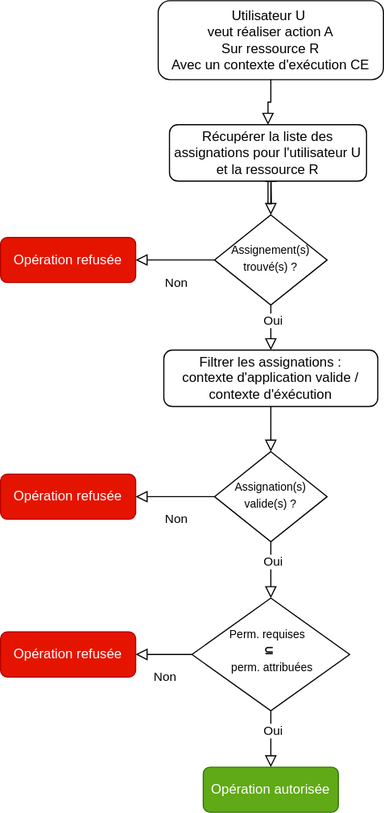
The draw.io diagram assets/images/RBAC-algo.svg in avenirs-esr/dev-doc, before a commit. Source tidied: cells renumbered, new cells last; positions are measured from the earlier drawing's top-left corner, leaving out a move shared by most shapes.
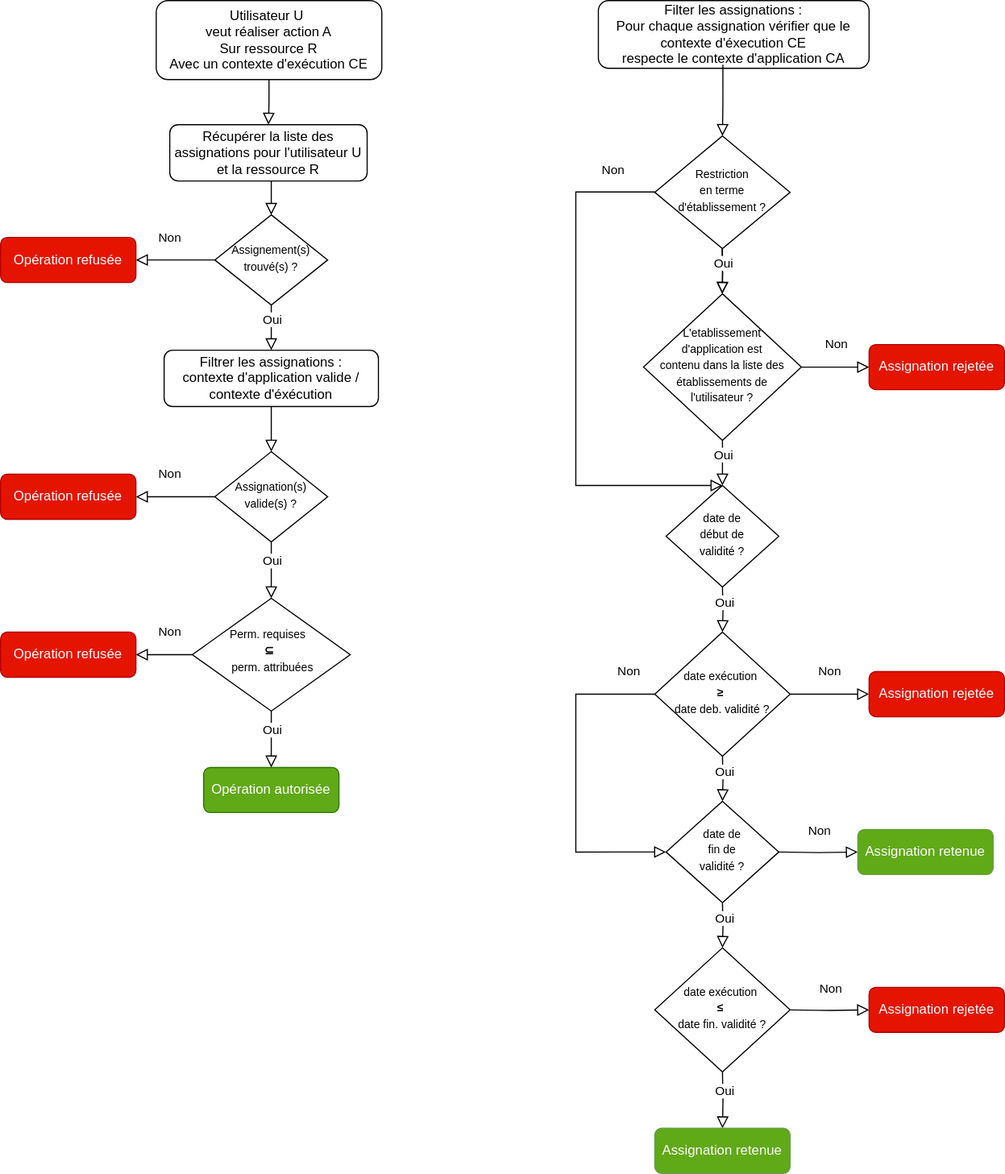
The same file after the commit.

Commit message:
docs: rbac algo diagrams

Change to the diagram source:
```diff
@@ -2,18 +2,11 @@
   <root>
     <mxCell id="0" />
     <mxCell id="1" parent="0" />
-    <mxCell id="2" style="rounded=0;html=1;jettySize=auto;fontSize=11;endArrow=block;endFill=0;endSize=8;strokeWidth=1;shadow=0;labelBackgroundColor=none;edgeStyle=orthogonalEdgeStyle;" parent="1" edge="1" source="18">
-      <mxGeometry relative="1" as="geometry">
-        <mxPoint x="240" y="150" as="targetPoint" />
-      </mxGeometry>
-    </mxCell>
     <mxCell id="3" value="Utilisateur U&amp;nbsp;&lt;br&gt;veut réaliser action A&lt;br&gt;Sur ressource R&lt;br&gt;Avec un contexte d'exécution CE" style="rounded=1;whiteSpace=wrap;html=1;fontSize=12;glass=0;strokeWidth=1;shadow=0;" parent="1" vertex="1">
-      <mxGeometry x="140" width="200" height="70" as="geometry" />
+      <mxGeometry x="138" width="200" height="70" as="geometry" />
     </mxCell>
     <mxCell id="4" value="Non" style="rounded=0;html=1;jettySize=auto;fontSize=11;endArrow=block;endFill=0;endSize=8;strokeWidth=1;shadow=0;labelBackgroundColor=none;edgeStyle=orthogonalEdgeStyle;exitX=0;exitY=0.5;exitDx=0;exitDy=0;entryX=1;entryY=0.5;entryDx=0;entryDy=0;" parent="1" edge="1" source="5" target="6">
-      <mxGeometry x="-0.01" y="20" relative="1" as="geometry">
-        <mxPoint x="1" as="offset" />
-      </mxGeometry>
+      <mxGeometry x="0.14" y="-20" relative="1" as="geometry" />
     </mxCell>
     <mxCell id="5" value="&lt;font style=&quot;font-size: 10px;&quot;&gt;Assignement(s)&lt;br&gt;trouvé(s) ?&lt;/font&gt;" style="rhombus;whiteSpace=wrap;html=1;shadow=0;fontFamily=Helvetica;fontSize=12;align=center;strokeWidth=1;spacing=6;spacingTop=-4;" parent="1" vertex="1">
       <mxGeometry x="190" y="190" width="100" height="80" as="geometry" />
@@ -43,9 +36,7 @@
       <mxGeometry relative="1" as="geometry" />
     </mxCell>
     <mxCell id="14" value="Non" style="rounded=0;html=1;jettySize=auto;fontSize=11;endArrow=block;endFill=0;endSize=8;strokeWidth=1;shadow=0;labelBackgroundColor=none;edgeStyle=orthogonalEdgeStyle;exitX=0;exitY=0.5;exitDx=0;exitDy=0;entryX=1;entryY=0.5;entryDx=0;entryDy=0;" parent="1" edge="1" source="11" target="12">
-      <mxGeometry x="-0.01" y="20" relative="1" as="geometry">
-        <mxPoint x="1" as="offset" />
-      </mxGeometry>
+      <mxGeometry x="0.14" y="-20" relative="1" as="geometry" />
     </mxCell>
     <mxCell id="15" style="rounded=0;html=1;jettySize=auto;fontSize=11;endArrow=block;endFill=0;endSize=8;strokeWidth=1;shadow=0;labelBackgroundColor=none;edgeStyle=orthogonalEdgeStyle;exitX=0.5;exitY=1;exitDx=0;exitDy=0;" parent="1" edge="1" source="11" target="19">
       <mxGeometry relative="1" as="geometry" />
@@ -66,10 +57,9 @@
       <mxGeometry y="560" width="120" height="40" as="geometry" />
     </mxCell>
     <mxCell id="21" value="Non" style="rounded=0;html=1;jettySize=auto;orthogonalLoop=1;fontSize=11;endArrow=block;endFill=0;endSize=8;strokeWidth=1;shadow=0;labelBackgroundColor=none;edgeStyle=orthogonalEdgeStyle;" parent="1" edge="1">
-      <mxGeometry x="-0.01" y="20" relative="1" as="geometry">
+      <mxGeometry x="-0.2" y="-20" relative="1" as="geometry">
         <mxPoint x="170" y="580" as="sourcePoint" />
         <mxPoint x="120" y="580" as="targetPoint" />
-        <mxPoint x="1" as="offset" />
       </mxGeometry>
     </mxCell>
     <mxCell id="22" value="Opération autorisée" style="rounded=1;whiteSpace=wrap;html=1;fontSize=12;glass=0;strokeWidth=1;shadow=0;fillColor=#60a917;fontColor=#ffffff;strokeColor=#2D7600;" parent="1" vertex="1">
@@ -84,5 +74,137 @@
     <mxCell id="25" value="Oui" style="edgeLabel;html=1;align=center;verticalAlign=middle;" parent="24" vertex="1">
       <mxGeometry x="-0.33" y="1" relative="1" as="geometry" />
     </mxCell>
+    <mxCell id="26" value="Filter les assignations :&lt;br&gt;Pour chaque assignation vérifier que le contexte d'éxecution CE&lt;br&gt;respecte le contexte d'application CA" style="rounded=1;whiteSpace=wrap;html=1;" parent="1" vertex="1">
+      <mxGeometry x="530" width="240" height="60" as="geometry" />
+    </mxCell>
+    <mxCell id="27" value="&lt;span style=&quot;font-size: 10px;&quot;&gt;Restriction &lt;br&gt;en terme d'établissement ?&lt;/span&gt;" style="rhombus;whiteSpace=wrap;html=1;shadow=0;fontFamily=Helvetica;fontSize=12;align=center;strokeWidth=1;spacing=6;spacingTop=-4;" parent="1" vertex="1">
+      <mxGeometry x="580" y="120" width="120" height="100" as="geometry" />
+    </mxCell>
+    <mxCell id="28" style="rounded=0;html=1;jettySize=auto;orthogonalLoop=1;fontSize=11;endArrow=block;endFill=0;endSize=8;strokeWidth=1;shadow=0;labelBackgroundColor=none;edgeStyle=orthogonalEdgeStyle;exitX=0.5;exitY=1;exitDx=0;exitDy=0;entryX=0.5;entryY=0;entryDx=0;entryDy=0;" parent="1" edge="1">
+      <mxGeometry relative="1" as="geometry">
+        <mxPoint x="639.7" y="220" as="sourcePoint" />
+        <mxPoint x="639.7" y="260" as="targetPoint" />
+      </mxGeometry>
+    </mxCell>
+    <mxCell id="29" value="Oui" style="edgeLabel;html=1;align=center;verticalAlign=middle;" parent="28" vertex="1">
+      <mxGeometry x="-0.33" y="1" relative="1" as="geometry" />
+    </mxCell>
+    <mxCell id="30" value="Non" style="rounded=0;html=1;jettySize=auto;orthogonalLoop=1;fontSize=11;endArrow=block;endFill=0;endSize=8;strokeWidth=1;shadow=0;labelBackgroundColor=none;edgeStyle=orthogonalEdgeStyle;exitX=0;exitY=0.5;exitDx=0;exitDy=0;" parent="1" edge="1">
+      <mxGeometry x="-0.84" y="-20" relative="1" as="geometry">
+        <mxPoint x="580" y="169.7" as="sourcePoint" />
+        <mxPoint x="640" y="430" as="targetPoint" />
+        <Array as="points">
+          <mxPoint x="510" y="170" />
+          <mxPoint x="510" y="430" />
+        </Array>
+      </mxGeometry>
+    </mxCell>
+    <mxCell id="31" value="&lt;span style=&quot;font-size: 10px;&quot;&gt;L'etablissement &lt;br&gt;d'application est &lt;br&gt;contenu dans la liste des établissements de l'utilisateur ?&lt;/span&gt;" style="rhombus;whiteSpace=wrap;html=1;shadow=0;fontFamily=Helvetica;fontSize=12;align=center;strokeWidth=1;spacing=6;spacingTop=-4;" parent="1" vertex="1">
+      <mxGeometry x="570" y="260" width="140" height="130" as="geometry" />
+    </mxCell>
+    <mxCell id="32" value="Assignation rejetée" style="rounded=1;whiteSpace=wrap;html=1;fontSize=12;glass=0;strokeWidth=1;shadow=0;fillColor=#e51400;fontColor=#ffffff;strokeColor=#B20000;" parent="1" vertex="1">
+      <mxGeometry x="770" y="305" width="120" height="40" as="geometry" />
+    </mxCell>
+    <mxCell id="33" value="Non" style="rounded=0;html=1;jettySize=auto;fontSize=11;endArrow=block;endFill=0;endSize=8;strokeWidth=1;shadow=0;labelBackgroundColor=none;edgeStyle=orthogonalEdgeStyle;exitX=1;exitY=0.5;exitDx=0;exitDy=0;entryX=0;entryY=0.5;entryDx=0;entryDy=0;" parent="1" edge="1" source="31" target="32">
+      <mxGeometry x="-0.01" y="20" relative="1" as="geometry">
+        <mxPoint x="1" as="offset" />
+      </mxGeometry>
+    </mxCell>
+    <mxCell id="34" style="rounded=0;html=1;jettySize=auto;fontSize=11;endArrow=block;endFill=0;endSize=8;strokeWidth=1;shadow=0;labelBackgroundColor=none;edgeStyle=orthogonalEdgeStyle;entryX=0.5;entryY=0;entryDx=0;entryDy=0;" parent="1" edge="1" source="31" target="36">
+      <mxGeometry relative="1" as="geometry" />
+    </mxCell>
+    <mxCell id="35" value="Oui" style="edgeLabel;html=1;align=center;verticalAlign=middle;" parent="34" vertex="1">
+      <mxGeometry x="-0.33" y="1" relative="1" as="geometry" />
+    </mxCell>
+    <mxCell id="36" value="&lt;span style=&quot;font-size: 10px;&quot;&gt;date de &lt;br&gt;début de &lt;br&gt;validité ?&lt;/span&gt;" style="rhombus;whiteSpace=wrap;html=1;shadow=0;fontFamily=Helvetica;fontSize=12;align=center;strokeWidth=1;spacing=6;spacingTop=-4;" parent="1" vertex="1">
+      <mxGeometry x="590" y="430" width="100" height="90" as="geometry" />
+    </mxCell>
+    <mxCell id="37" style="rounded=0;html=1;jettySize=auto;fontSize=11;endArrow=block;endFill=0;endSize=8;strokeWidth=1;shadow=0;labelBackgroundColor=none;edgeStyle=orthogonalEdgeStyle;" parent="1" edge="1" target="44">
+      <mxGeometry relative="1" as="geometry">
+        <mxPoint x="640" y="520" as="sourcePoint" />
+      </mxGeometry>
+    </mxCell>
+    <mxCell id="38" value="Oui" style="edgeLabel;html=1;align=center;verticalAlign=middle;" parent="37" vertex="1">
+      <mxGeometry x="-0.33" y="1" relative="1" as="geometry" />
+    </mxCell>
+    <mxCell id="39" style="rounded=0;html=1;jettySize=auto;fontSize=11;endArrow=block;endFill=0;endSize=8;strokeWidth=1;shadow=0;labelBackgroundColor=none;edgeStyle=orthogonalEdgeStyle;entryX=0.5;entryY=0;entryDx=0;entryDy=0;exitX=0.46;exitY=0.947;exitDx=0;exitDy=0;exitPerimeter=0;" parent="1" edge="1" source="26" target="27">
+      <mxGeometry relative="1" as="geometry" />
+    </mxCell>
+    <mxCell id="40" style="rounded=0;html=1;jettySize=auto;fontSize=11;endArrow=block;endFill=0;endSize=8;strokeWidth=1;shadow=0;labelBackgroundColor=none;edgeStyle=orthogonalEdgeStyle;exitX=0.5;exitY=1;exitDx=0;exitDy=0;entryX=0.5;entryY=0;entryDx=0;entryDy=0;" parent="1" edge="1" source="27" target="31">
+      <mxGeometry relative="1" as="geometry" />
+    </mxCell>
+    <mxCell id="41" value="Oui" style="edgeLabel;html=1;align=center;verticalAlign=middle;" parent="40" vertex="1">
+      <mxGeometry x="-0.33" y="1" relative="1" as="geometry" />
+    </mxCell>
+    <mxCell id="42" value="Assignation rejetée" style="rounded=1;whiteSpace=wrap;html=1;fontSize=12;glass=0;strokeWidth=1;shadow=0;fillColor=#e51400;fontColor=#ffffff;strokeColor=#B20000;" parent="1" vertex="1">
+      <mxGeometry x="770" y="595" width="120" height="40" as="geometry" />
+    </mxCell>
+    <mxCell id="43" value="Non" style="rounded=0;html=1;jettySize=auto;fontSize=11;endArrow=block;endFill=0;endSize=8;strokeWidth=1;shadow=0;labelBackgroundColor=none;edgeStyle=orthogonalEdgeStyle;entryX=0;entryY=0.5;entryDx=0;entryDy=0;exitX=1;exitY=0.5;exitDx=0;exitDy=0;" parent="1" edge="1" source="44" target="42">
+      <mxGeometry x="-0.01" y="20" relative="1" as="geometry">
+        <mxPoint x="1" as="offset" />
+      </mxGeometry>
+    </mxCell>
+    <mxCell id="44" value="&lt;span style=&quot;font-size: 10px;&quot;&gt;date exécution&amp;nbsp;&lt;br&gt;&lt;b&gt;≥&lt;/b&gt;&amp;nbsp;&lt;/span&gt;&lt;br style=&quot;font-size: 10px;&quot;&gt;&lt;span style=&quot;font-size: 10px;&quot;&gt;date deb. validité ?&lt;/span&gt;" style="rhombus;whiteSpace=wrap;html=1;shadow=0;fontFamily=Helvetica;fontSize=12;align=center;strokeWidth=1;spacing=6;spacingTop=-4;" parent="1" vertex="1">
+      <mxGeometry x="580" y="560" width="120" height="110" as="geometry" />
+    </mxCell>
+    <mxCell id="45" value="&lt;span style=&quot;font-size: 10px;&quot;&gt;date de &lt;br&gt;fin de &lt;br&gt;validité ?&lt;/span&gt;" style="rhombus;whiteSpace=wrap;html=1;shadow=0;fontFamily=Helvetica;fontSize=12;align=center;strokeWidth=1;spacing=6;spacingTop=-4;" parent="1" vertex="1">
+      <mxGeometry x="590" y="710" width="100" height="90" as="geometry" />
+    </mxCell>
+    <mxCell id="46" value="Non" style="rounded=0;html=1;jettySize=auto;fontSize=11;endArrow=block;endFill=0;endSize=8;strokeWidth=1;shadow=0;labelBackgroundColor=none;edgeStyle=orthogonalEdgeStyle;exitX=0;exitY=0.5;exitDx=0;exitDy=0;entryX=0;entryY=0.5;entryDx=0;entryDy=0;" parent="1" edge="1" source="44" target="45">
+      <mxGeometry x="-0.84" y="-20" relative="1" as="geometry">
+        <Array as="points">
+          <mxPoint x="510" y="615" />
+          <mxPoint x="510" y="755" />
+        </Array>
+      </mxGeometry>
+    </mxCell>
+    <mxCell id="47" style="rounded=0;html=1;jettySize=auto;fontSize=11;endArrow=block;endFill=0;endSize=8;strokeWidth=1;shadow=0;labelBackgroundColor=none;edgeStyle=orthogonalEdgeStyle;" parent="1" edge="1" target="45">
+      <mxGeometry relative="1" as="geometry">
+        <mxPoint x="640" y="670" as="sourcePoint" />
+      </mxGeometry>
+    </mxCell>
+    <mxCell id="48" value="Oui" style="edgeLabel;html=1;align=center;verticalAlign=middle;" parent="47" vertex="1">
+      <mxGeometry x="-0.33" y="1" relative="1" as="geometry" />
+    </mxCell>
+    <mxCell id="49" value="Non" style="rounded=0;html=1;jettySize=auto;fontSize=11;endArrow=block;endFill=0;endSize=8;strokeWidth=1;shadow=0;labelBackgroundColor=none;edgeStyle=orthogonalEdgeStyle;entryX=0;entryY=0.5;entryDx=0;entryDy=0;exitX=1;exitY=0.5;exitDx=0;exitDy=0;" parent="1" edge="1" target="50">
+      <mxGeometry x="-0.01" y="20" relative="1" as="geometry">
+        <mxPoint x="690" y="755" as="sourcePoint" />
+        <mxPoint x="1" as="offset" />
+      </mxGeometry>
+    </mxCell>
+    <mxCell id="50" value="Assignation retenue" style="rounded=1;whiteSpace=wrap;html=1;fontSize=12;glass=0;strokeWidth=1;shadow=0;fillColor=#60a917;fontColor=#ffffff;strokeColor=#679d46;" parent="1" vertex="1">
+      <mxGeometry x="760" y="735" width="120" height="40" as="geometry" />
+    </mxCell>
+    <mxCell id="51" style="rounded=0;html=1;jettySize=auto;fontSize=11;endArrow=block;endFill=0;endSize=8;strokeWidth=1;shadow=0;labelBackgroundColor=none;edgeStyle=orthogonalEdgeStyle;" parent="1" edge="1" target="53">
+      <mxGeometry relative="1" as="geometry">
+        <mxPoint x="640" y="800" as="sourcePoint" />
+      </mxGeometry>
+    </mxCell>
+    <mxCell id="52" value="Oui" style="edgeLabel;html=1;align=center;verticalAlign=middle;" parent="51" vertex="1">
+      <mxGeometry x="-0.33" y="1" relative="1" as="geometry" />
+    </mxCell>
+    <mxCell id="53" value="&lt;span style=&quot;font-size: 10px;&quot;&gt;date exécution&amp;nbsp;&lt;/span&gt;&lt;br&gt;&lt;span style=&quot;font-size: 10px;&quot;&gt;&lt;b&gt;≤&lt;/b&gt;&amp;nbsp;&lt;/span&gt;&lt;br style=&quot;font-size: 10px;&quot;&gt;&lt;span style=&quot;font-size: 10px;&quot;&gt;date fin. validité ?&lt;/span&gt;" style="rhombus;whiteSpace=wrap;html=1;shadow=0;fontFamily=Helvetica;fontSize=12;align=center;strokeWidth=1;spacing=6;spacingTop=-4;" parent="1" vertex="1">
+      <mxGeometry x="580" y="840" width="120" height="110" as="geometry" />
+    </mxCell>
+    <mxCell id="54" value="Assignation rejetée" style="rounded=1;whiteSpace=wrap;html=1;fontSize=12;glass=0;strokeWidth=1;shadow=0;fillColor=#e51400;fontColor=#ffffff;strokeColor=#B20000;" parent="1" vertex="1">
+      <mxGeometry x="770" y="875" width="120" height="40" as="geometry" />
+    </mxCell>
+    <mxCell id="55" value="Non" style="rounded=0;html=1;jettySize=auto;fontSize=11;endArrow=block;endFill=0;endSize=8;strokeWidth=1;shadow=0;labelBackgroundColor=none;edgeStyle=orthogonalEdgeStyle;entryX=0;entryY=0.5;entryDx=0;entryDy=0;exitX=1;exitY=0.5;exitDx=0;exitDy=0;" parent="1" edge="1" target="54">
+      <mxGeometry x="-0.01" y="20" relative="1" as="geometry">
+        <mxPoint x="700" y="895" as="sourcePoint" />
+        <mxPoint x="1" as="offset" />
+      </mxGeometry>
+    </mxCell>
+    <mxCell id="56" style="rounded=0;html=1;jettySize=auto;fontSize=11;endArrow=block;endFill=0;endSize=8;strokeWidth=1;shadow=0;labelBackgroundColor=none;edgeStyle=orthogonalEdgeStyle;" parent="1" edge="1" target="58">
+      <mxGeometry relative="1" as="geometry">
+        <mxPoint x="640" y="950" as="sourcePoint" />
+      </mxGeometry>
+    </mxCell>
+    <mxCell id="57" value="Oui" style="edgeLabel;html=1;align=center;verticalAlign=middle;" parent="56" vertex="1">
+      <mxGeometry x="-0.33" y="1" relative="1" as="geometry" />
+    </mxCell>
+    <mxCell id="58" value="Assignation retenue" style="rounded=1;whiteSpace=wrap;html=1;fontSize=12;glass=0;strokeWidth=1;shadow=0;fillColor=#60a917;fontColor=#ffffff;strokeColor=#679d46;" parent="1" vertex="1">
+      <mxGeometry x="580" y="1000" width="120" height="40" as="geometry" />
+    </mxCell>
   </root>
 </mxGraphModel>
```
